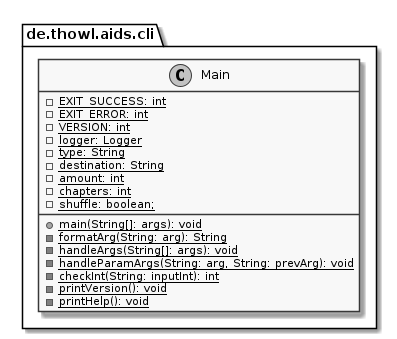
Earlier version of the PlantUML export docs/dev/technical_documentation/diagramm/uml/flowcharts/cli/cli.png (j0giwa/autonomous-instant-documents).
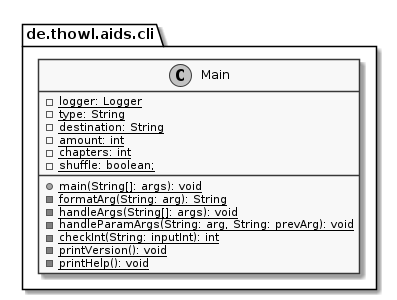
The same file after the commit.

Diff of the diagram source:
```diff
@@ -4,9 +4,6 @@
 
 package de.thowl.aids.cli {
 	class Main {
-		- {static} EXIT_SUCCESS: int
-		- {static} EXIT_ERROR: int
-		- {static} VERSION: int
 		- {static} logger: Logger
 		- {static} type: String
 		- {static} destination: String
@@ -22,5 +19,4 @@
 		- {static} printHelp(): void
 	}
 }
-
 @enduml
```
